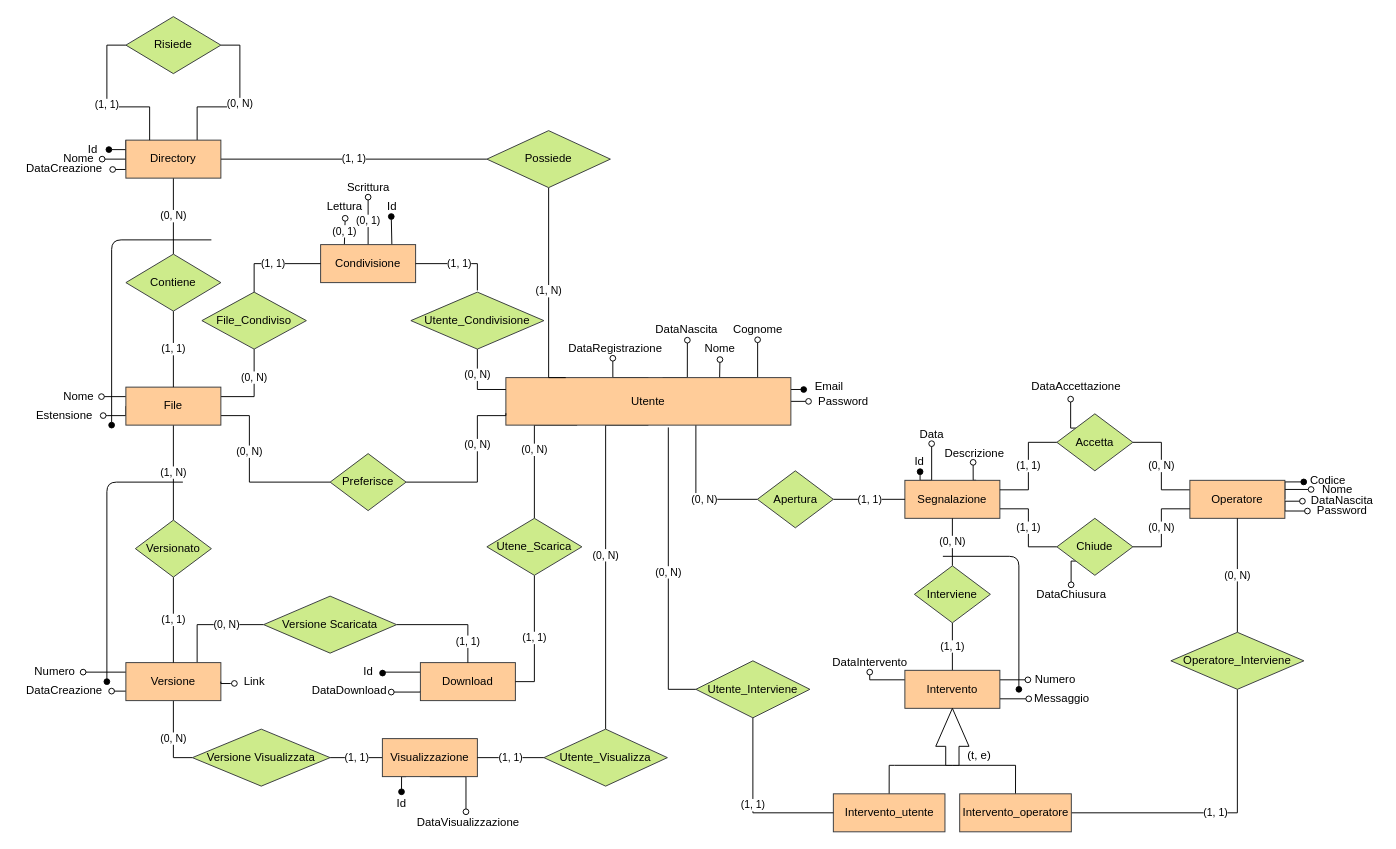
Above: page "ER" (1 of 10) of db.drawio in alemazzo/CloudStoreDB (draw.io), before the change. Source tidied: cells renumbered, new cells numbered last; positions are measured from the earlier drawing's top-left corner, leaving out a move shared by most shapes. Both pictures are drawn from the tidied source at 95%, with x=0, y=0 at pixel (16, 16).
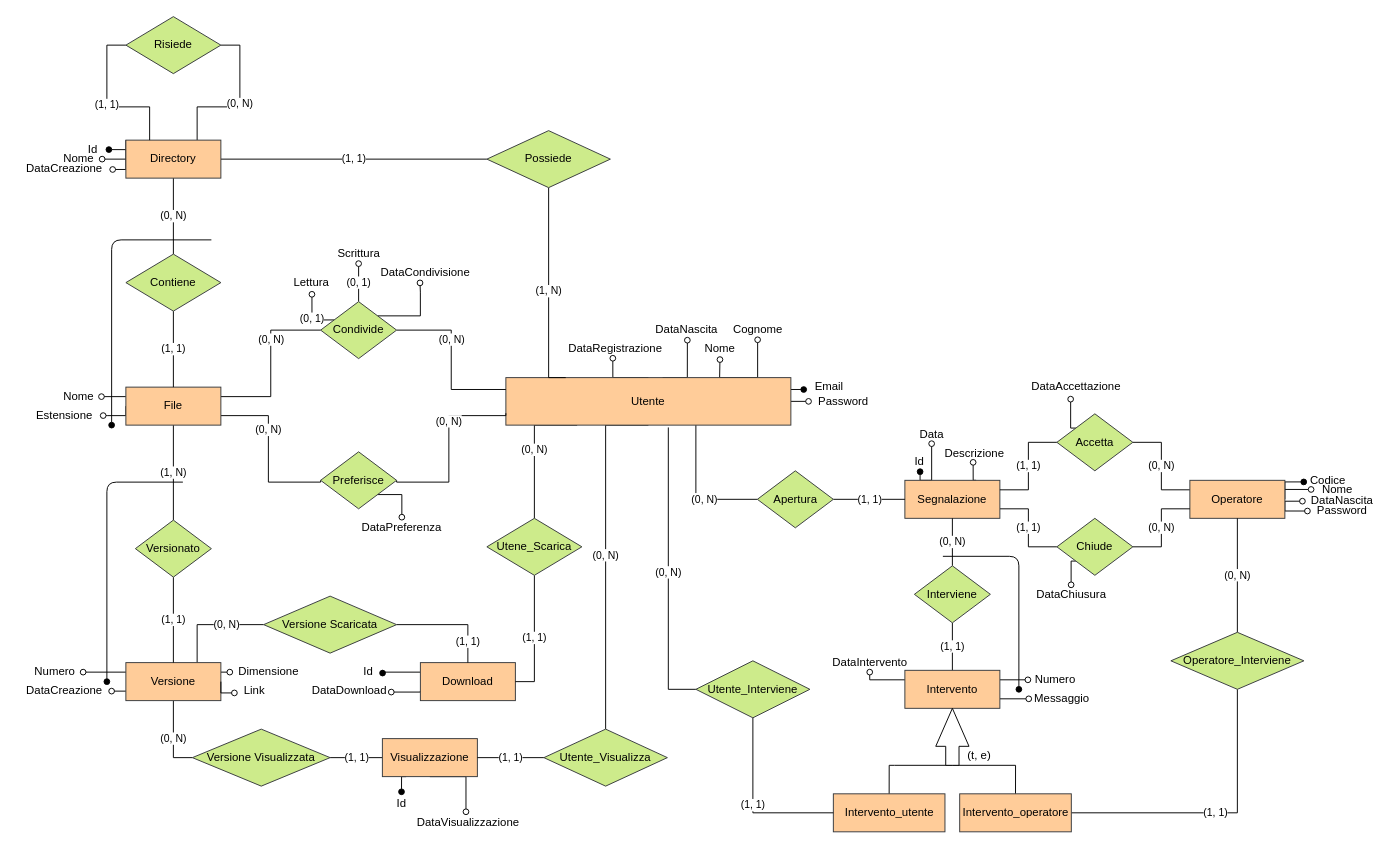
Above is the later version.

Unchanged cells that the change refers to:
```xml
<mxCell id="7" value="File" style="whiteSpace=wrap;html=1;align=center;fillColor=#ffcc99;strokeColor=#36393d;" parent="1" vertex="1">
  <mxGeometry x="115" y="390" width="100" height="40" as="geometry" />
</mxCell>
<mxCell id="19" value="Versione" style="whiteSpace=wrap;html=1;align=center;fillColor=#ffcc99;strokeColor=#36393d;" parent="1" vertex="1">
  <mxGeometry x="115" y="680" width="100" height="40" as="geometry" />
</mxCell>
<mxCell id="37" value="Utente" style="whiteSpace=wrap;html=1;align=center;fillColor=#ffcc99;strokeColor=#36393d;" parent="1" vertex="1">
  <mxGeometry x="515" y="380" width="300" height="50" as="geometry" />
</mxCell>
```

Change to the diagram source:
```diff
@@
     <mxCell id="3" value="(0, N)" style="edgeStyle=orthogonalEdgeStyle;rounded=0;jettySize=auto;html=1;exitX=1;exitY=0.75;exitDx=0;exitDy=0;entryX=0;entryY=0.5;entryDx=0;entryDy=0;endArrow=none;endFill=0;" parent="1" edge="1" source="7" target="41">
       <mxGeometry x="-0.27" relative="1" as="geometry">
         <Array as="points">
-          <mxPoint x="245" y="420" />
-          <mxPoint x="245" y="490" />
+          <mxPoint x="265" y="420" />
+          <mxPoint x="265" y="490" />
         </Array>
       </mxGeometry>
     </mxCell>
@@
-    <mxCell id="6" value="(0, N)" style="edgeStyle=orthogonalEdgeStyle;rounded=0;jettySize=auto;html=1;exitX=1;exitY=0.25;exitDx=0;exitDy=0;entryX=0.5;entryY=1;entryDx=0;entryDy=0;startArrow=none;startFill=0;endArrow=none;endFill=0;" parent="1" edge="1" source="7" target="116">
+    <mxCell id="6" value="(0, N)" style="edgeStyle=orthogonalEdgeStyle;rounded=0;jettySize=auto;html=1;exitX=1;exitY=0.25;exitDx=0;exitDy=0;entryX=0;entryY=0.5;entryDx=0;entryDy=0;startArrow=none;startFill=0;endArrow=none;endFill=0;" parent="1" edge="1" source="7" target="141">
       <mxGeometry x="0.29" relative="1" as="geometry" />
     </mxCell>
@@
+    <mxCell id="137" style="edgeStyle=orthogonalEdgeStyle;rounded=0;jettySize=auto;html=1;exitX=1;exitY=0.25;exitDx=0;exitDy=0;entryX=-0.008;entryY=0.492;entryDx=0;entryDy=0;entryPerimeter=0;endArrow=oval;endFill=0;" parent="1" edge="1" source="19" target="139">
+      <mxGeometry relative="1" as="geometry" />
+    </mxCell>
@@
     <mxCell id="40" value="(0, N)" style="edgeStyle=orthogonalEdgeStyle;rounded=0;jettySize=auto;html=1;exitX=1;exitY=0.5;exitDx=0;exitDy=0;entryX=0;entryY=0.75;entryDx=0;entryDy=0;endArrow=none;endFill=0;" parent="1" edge="1" source="41" target="37">
       <mxGeometry x="0.28" relative="1" as="geometry">
         <Array as="points">
-          <mxPoint x="485" y="490" />
-          <mxPoint x="485" y="420" />
+          <mxPoint x="455" y="490" />
+          <mxPoint x="455" y="420" />
+          <mxPoint x="515" y="420" />
         </Array>
       </mxGeometry>
     </mxCell>
+    <mxCell id="138" style="edgeStyle=orthogonalEdgeStyle;rounded=0;jettySize=auto;html=1;exitX=1;exitY=1;exitDx=0;exitDy=0;entryX=0.505;entryY=-0.06;entryDx=0;entryDy=0;entryPerimeter=0;endArrow=oval;endFill=0;" parent="1" edge="1" source="41" target="143">
+      <mxGeometry relative="1" as="geometry" />
+    </mxCell>
     <mxCell id="41" value="Preferisce" style="shape=rhombus;perimeter=rhombusPerimeter;whiteSpace=wrap;html=1;align=center;fillColor=#cdeb8b;strokeColor=#36393d;" parent="1" vertex="1">
-      <mxGeometry x="330" y="460" width="80" height="60" as="geometry" />
+      <mxGeometry x="320" y="458.1" width="80" height="60" as="geometry" />
     </mxCell>
@@
-    <mxCell id="109" value="(0, 1)" style="edgeStyle=orthogonalEdgeStyle;rounded=0;jettySize=auto;html=1;exitX=0.25;exitY=0;exitDx=0;exitDy=0;entryX=0.517;entryY=1.114;entryDx=0;entryDy=0;entryPerimeter=0;startArrow=none;startFill=0;endArrow=oval;endFill=0;" parent="1" edge="1" source="112" target="113">
-      <mxGeometry relative="1" as="geometry" />
-    </mxCell>
-    <mxCell id="110" value="(0, 1)" style="edgeStyle=orthogonalEdgeStyle;rounded=0;jettySize=auto;html=1;exitX=0.5;exitY=0;exitDx=0;exitDy=0;startArrow=none;startFill=0;endArrow=oval;endFill=0;" parent="1" edge="1" source="112" target="114">
-      <mxGeometry relative="1" as="geometry" />
-    </mxCell>
-    <mxCell id="111" style="edgeStyle=orthogonalEdgeStyle;rounded=0;jettySize=auto;html=1;exitX=0.75;exitY=0;exitDx=0;exitDy=0;entryX=0.479;entryY=1.021;entryDx=0;entryDy=0;entryPerimeter=0;endArrow=oval;endFill=1;" parent="1" edge="1" source="112" target="125">
-      <mxGeometry relative="1" as="geometry" />
-    </mxCell>
-    <mxCell id="112" value="Condivisione" style="whiteSpace=wrap;html=1;align=center;fillColor=#ffcc99;strokeColor=#36393d;" parent="1" vertex="1">
-      <mxGeometry x="320" y="240" width="100" height="40" as="geometry" />
-    </mxCell>
-    <mxCell id="113" value="Lettura" style="text;html=1;align=center;verticalAlign=middle;points=[];strokeColor=none;" parent="1" vertex="1">
-      <mxGeometry x="320" y="190" width="50" height="20" as="geometry" />
-    </mxCell>
-    <mxCell id="114" value="Scrittura" style="text;html=1;align=center;verticalAlign=middle;points=[];strokeColor=none;" parent="1" vertex="1">
-      <mxGeometry x="340" y="170" width="60" height="20" as="geometry" />
-    </mxCell>
-    <mxCell id="115" value="(1, 1)" style="edgeStyle=orthogonalEdgeStyle;rounded=0;jettySize=auto;html=1;exitX=0.5;exitY=0;exitDx=0;exitDy=0;entryX=0;entryY=0.5;entryDx=0;entryDy=0;startArrow=none;startFill=0;endArrow=none;endFill=0;" parent="1" edge="1" source="116" target="112">
-      <mxGeometry relative="1" as="geometry" />
-    </mxCell>
-    <mxCell id="116" value="File_Condiviso" style="shape=rhombus;perimeter=rhombusPerimeter;whiteSpace=wrap;html=1;align=center;fillColor=#cdeb8b;strokeColor=#36393d;" parent="1" vertex="1">
-      <mxGeometry x="195" y="290" width="110" height="60" as="geometry" />
-    </mxCell>
-    <mxCell id="117" value="(0, N)" style="edgeStyle=orthogonalEdgeStyle;rounded=0;jettySize=auto;html=1;exitX=0.5;exitY=1;exitDx=0;exitDy=0;entryX=0;entryY=0.25;entryDx=0;entryDy=0;startArrow=none;startFill=0;endArrow=none;endFill=0;" parent="1" edge="1" source="119" target="37">
+    <mxCell id="117" value="(0, N)" style="edgeStyle=orthogonalEdgeStyle;rounded=0;jettySize=auto;html=1;exitX=1;exitY=0.5;exitDx=0;exitDy=0;entryX=0;entryY=0.25;entryDx=0;entryDy=0;startArrow=none;startFill=0;endArrow=none;endFill=0;" parent="1" edge="1" source="141" target="37">
       <mxGeometry x="-0.25" relative="1" as="geometry" />
     </mxCell>
-    <mxCell id="118" value="(1, 1)" style="edgeStyle=orthogonalEdgeStyle;rounded=0;jettySize=auto;html=1;exitX=0.5;exitY=-0.029;exitDx=0;exitDy=0;entryX=1;entryY=0.5;entryDx=0;entryDy=0;startArrow=none;startFill=0;endArrow=none;endFill=0;exitPerimeter=0;" parent="1" edge="1" source="119" target="112">
-      <mxGeometry relative="1" as="geometry">
-        <Array as="points">
-          <mxPoint x="485" y="260" />
-        </Array>
-      </mxGeometry>
-    </mxCell>
-    <mxCell id="119" value="Utente_Condivisione" style="shape=rhombus;perimeter=rhombusPerimeter;whiteSpace=wrap;html=1;align=center;fillColor=#cdeb8b;strokeColor=#36393d;" parent="1" vertex="1">
-      <mxGeometry x="415" y="290" width="140" height="60" as="geometry" />
-    </mxCell>
@@
-    <mxCell id="125" value="Id" style="text;html=1;align=center;verticalAlign=middle;points=[];strokeColor=none;" parent="1" vertex="1">
-      <mxGeometry x="380" y="190" width="30" height="20" as="geometry" />
-    </mxCell>
@@
     <mxCell id="128" value="Link" style="text;html=1;align=center;verticalAlign=middle;points=[];strokeColor=none;" parent="1" vertex="1">
-      <mxGeometry x="230" y="690" width="40" height="20" as="geometry" />
+      <mxGeometry x="230" y="700" width="40" height="20" as="geometry" />
     </mxCell>
     <mxCell id="129" style="edgeStyle=orthogonalEdgeStyle;rounded=0;jettySize=auto;html=1;exitX=1;exitY=0.5;exitDx=0;exitDy=0;startArrow=none;startFill=0;endArrow=oval;endFill=0;entryX=-0.019;entryY=0.595;entryDx=0;entryDy=0;entryPerimeter=0;" parent="1" edge="1" source="19" target="128">
       <mxGeometry relative="1" as="geometry">
         <Array as="points">
-          <mxPoint x="215" y="702" />
-          <mxPoint x="225" y="702" />
+          <mxPoint x="215" y="712" />
         </Array>
       </mxGeometry>
     </mxCell>
@@
+    <mxCell id="139" value="Dimensione" style="text;html=1;align=center;verticalAlign=middle;points=[];strokeColor=none;" parent="1" vertex="1">
+      <mxGeometry x="225" y="680" width="80" height="20" as="geometry" />
+    </mxCell>
+    <mxCell id="109" value="(0, 1)" style="edgeStyle=orthogonalEdgeStyle;rounded=0;jettySize=auto;html=1;exitX=0.18;exitY=0.321;exitDx=0;exitDy=0;entryX=0.517;entryY=1.114;entryDx=0;entryDy=0;entryPerimeter=0;startArrow=none;startFill=0;endArrow=oval;endFill=0;exitPerimeter=0;" parent="1" edge="1" source="141" target="113">
+      <mxGeometry relative="1" as="geometry" />
+    </mxCell>
+    <mxCell id="110" value="(0, 1)" style="edgeStyle=orthogonalEdgeStyle;rounded=0;jettySize=auto;html=1;exitX=0.5;exitY=0;exitDx=0;exitDy=0;startArrow=none;startFill=0;endArrow=oval;endFill=0;" parent="1" edge="1" source="141" target="114">
+      <mxGeometry relative="1" as="geometry" />
+    </mxCell>
+    <mxCell id="113" value="Lettura" style="text;html=1;align=center;verticalAlign=middle;points=[];strokeColor=none;" parent="1" vertex="1">
+      <mxGeometry x="285" y="270" width="50" height="20" as="geometry" />
+    </mxCell>
+    <mxCell id="114" value="Scrittura" style="text;html=1;align=center;verticalAlign=middle;points=[];strokeColor=none;" parent="1" vertex="1">
+      <mxGeometry x="330" y="240" width="60" height="20" as="geometry" />
+    </mxCell>
+    <mxCell id="140" style="edgeStyle=orthogonalEdgeStyle;rounded=0;jettySize=auto;html=1;exitX=1;exitY=0;exitDx=0;exitDy=0;endArrow=oval;endFill=0;entryX=0.451;entryY=1.014;entryDx=0;entryDy=0;entryPerimeter=0;" parent="1" edge="1" source="141" target="142">
+      <mxGeometry relative="1" as="geometry">
+        <Array as="points">
+          <mxPoint x="425" y="315" />
+          <mxPoint x="425" y="290" />
+        </Array>
+      </mxGeometry>
+    </mxCell>
+    <mxCell id="141" value="Condivide" style="shape=rhombus;perimeter=rhombusPerimeter;whiteSpace=wrap;html=1;align=center;fillColor=#cdeb8b;strokeColor=#36393d;" parent="1" vertex="1">
+      <mxGeometry x="320" y="300" width="80" height="60" as="geometry" />
+    </mxCell>
+    <mxCell id="142" value="DataCondivisione" style="text;html=1;align=center;verticalAlign=middle;points=[];strokeColor=none;" parent="1" vertex="1">
+      <mxGeometry x="375" y="260" width="110" height="20" as="geometry" />
+    </mxCell>
+    <mxCell id="143" value="DataPreferenza" style="text;html=1;align=center;verticalAlign=middle;points=[];strokeColor=none;" parent="1" vertex="1">
+      <mxGeometry x="355" y="528.1" width="100" height="20" as="geometry" />
+    </mxCell>
```
